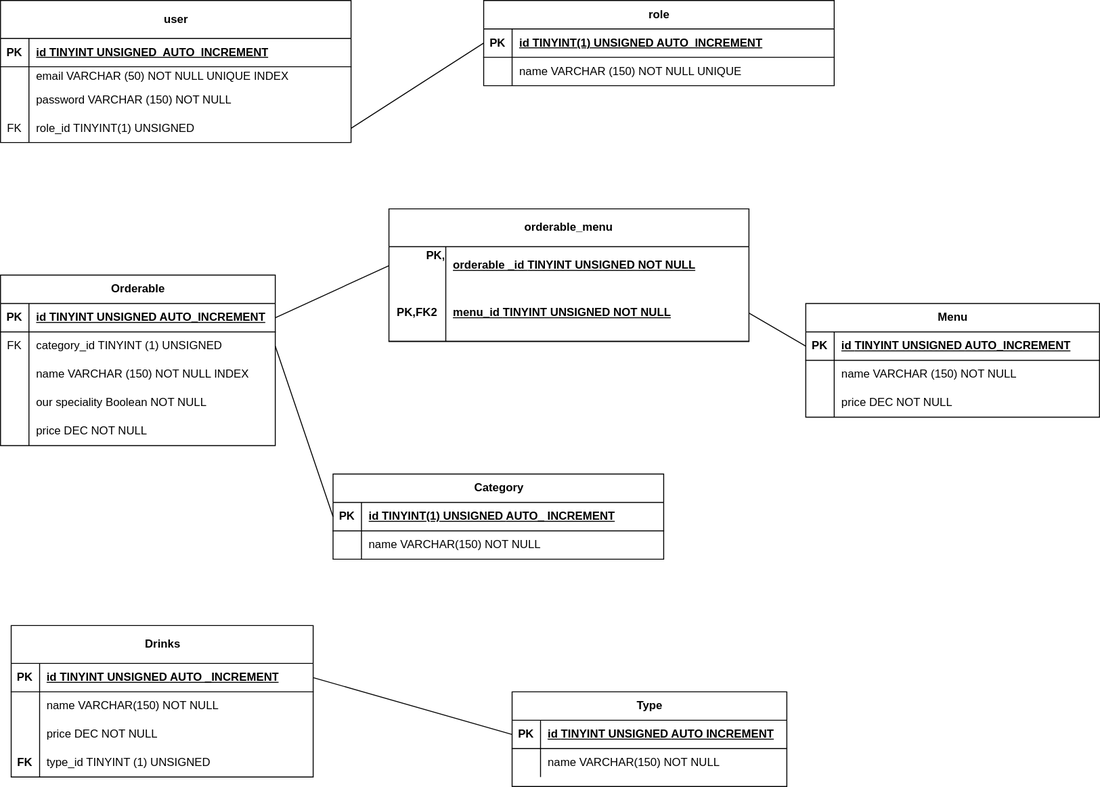
prativa-k/Le-chemin-d-himalaya keeps this draw.io diagram as code/merise/MPD.drawio.svg. Above is the earlier version. Source tidied: cells renumbered, new cells last; positions are measured from the earlier drawing's top-left corner, leaving out a move shared by most shapes.
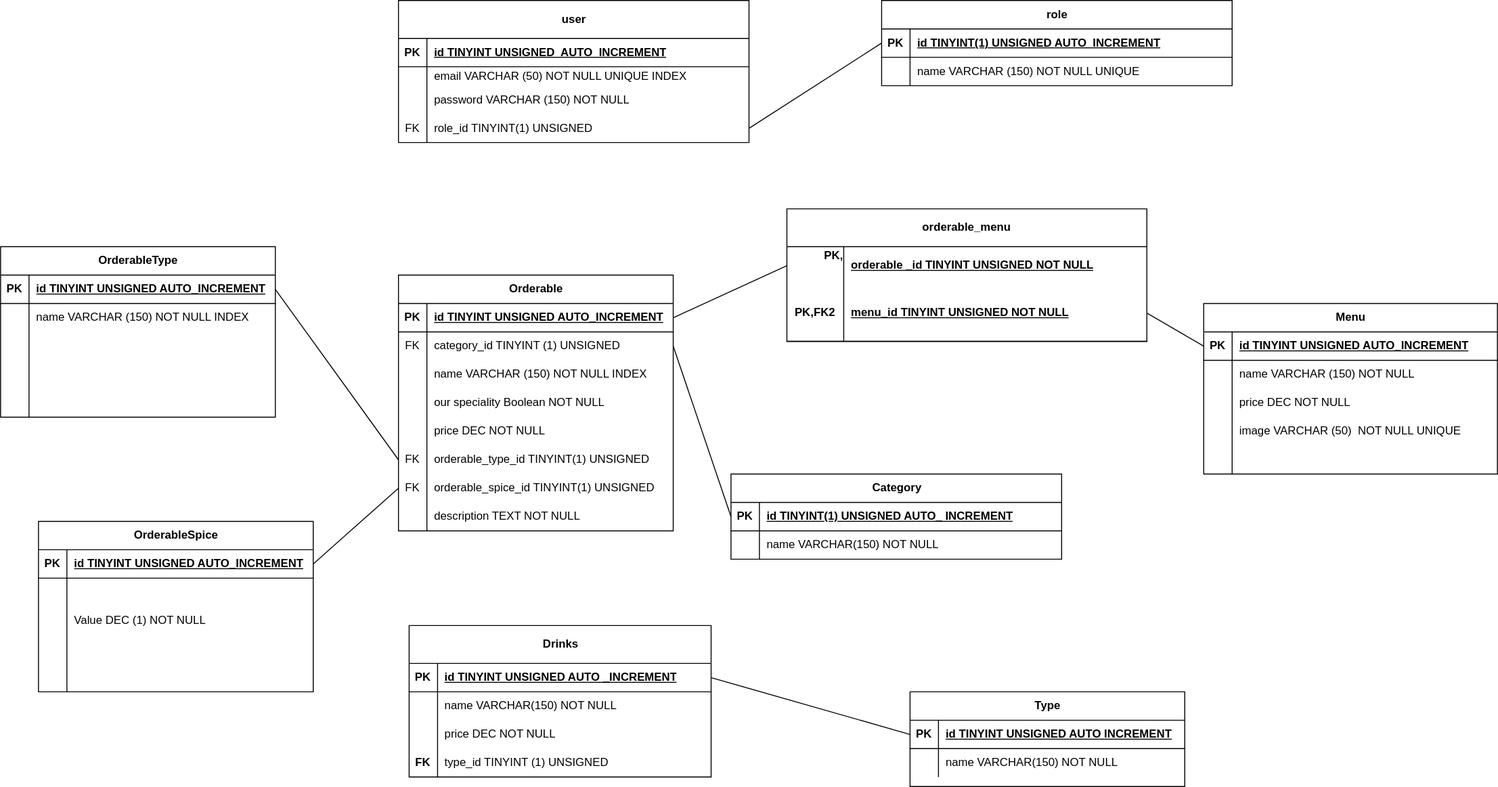
Above is the later version.

The edit, as a diff of the source:
```diff
@@ -63,7 +63,7 @@
       <mxGeometry x="30" width="340" height="30" as="geometry" />
     </mxCell>
     <mxCell id="22" value="Menu" style="shape=table;startSize=30;rowLines=0;fontStyle=1;align=center;html=1;" parent="1" vertex="1">
-      <mxGeometry x="850" y="320" width="310" height="120" as="geometry" />
+      <mxGeometry x="850" y="320" width="310" height="180" as="geometry" />
     </mxCell>
     <mxCell id="23" style="shape=tableRow;horizontal=0;startSize=0;swimlaneHead=0;swimlaneBody=0;fillColor=none;points=[[0,0.5],[1,0.5]];portConstraint=eastwest;top=0;left=0;right=0;bottom=1;" parent="22" vertex="1">
       <mxGeometry y="30" width="310" height="30" as="geometry" />
@@ -92,6 +92,24 @@
     <mxCell id="31" value="price DEC NOT NULL" style="shape=partialRectangle;fillColor=none;top=0;left=0;bottom=0;right=0;align=left;spacingLeft=6;overflow=hidden;whiteSpace=wrap;html=1;" parent="29" vertex="1">
       <mxGeometry x="30" width="280" height="30" as="geometry" />
     </mxCell>
+    <mxCell id="87" style="shape=tableRow;horizontal=0;startSize=0;swimlaneHead=0;swimlaneBody=0;fillColor=none;top=0;left=0;right=0;bottom=0;" parent="22" vertex="1">
+      <mxGeometry y="120" width="310" height="30" as="geometry" />
+    </mxCell>
+    <mxCell id="88" style="shape=partialRectangle;fillColor=none;top=0;left=0;bottom=0;right=0;overflow=hidden;whiteSpace=wrap;html=1;" parent="87" vertex="1">
+      <mxGeometry width="30" height="30" as="geometry" />
+    </mxCell>
+    <mxCell id="89" value="image VARCHAR (50)&amp;nbsp; NOT NULL UNIQUE" style="shape=partialRectangle;fillColor=none;top=0;left=0;bottom=0;right=0;align=left;spacingLeft=6;overflow=hidden;whiteSpace=wrap;html=1;" parent="87" vertex="1">
+      <mxGeometry x="30" width="280" height="30" as="geometry" />
+    </mxCell>
+    <mxCell id="90" style="shape=tableRow;horizontal=0;startSize=0;swimlaneHead=0;swimlaneBody=0;fillColor=none;top=0;left=0;right=0;bottom=0;" parent="22" vertex="1">
+      <mxGeometry y="150" width="310" height="30" as="geometry" />
+    </mxCell>
+    <mxCell id="91" style="shape=partialRectangle;fillColor=none;top=0;left=0;bottom=0;right=0;overflow=hidden;whiteSpace=wrap;html=1;" parent="90" vertex="1">
+      <mxGeometry width="30" height="30" as="geometry" />
+    </mxCell>
+    <mxCell id="92" style="shape=partialRectangle;fillColor=none;top=0;left=0;bottom=0;right=0;align=left;spacingLeft=6;overflow=hidden;whiteSpace=wrap;html=1;" parent="90" vertex="1">
+      <mxGeometry x="30" width="280" height="30" as="geometry" />
+    </mxCell>
     <mxCell id="32" value="Drinks" style="shape=table;startSize=40;rowLines=0;fontStyle=1;align=center;html=1;" parent="1" vertex="1">
       <mxGeometry x="11.2" y="660" width="318.8" height="160" as="geometry" />
     </mxCell>
@@ -174,7 +192,7 @@
       <mxGeometry x="30" width="319" height="30" as="geometry" />
     </mxCell>
     <mxCell id="59" value="Orderable" style="shape=table;startSize=30;rowLines=0;fontStyle=1;align=center;html=1;" parent="1" vertex="1">
-      <mxGeometry y="290" width="290" height="180" as="geometry" />
+      <mxGeometry y="290" width="290" height="270" as="geometry" />
     </mxCell>
     <mxCell id="60" style="shape=tableRow;horizontal=0;startSize=0;swimlaneHead=0;swimlaneBody=0;fillColor=none;points=[[0,0.5],[1,0.5]];portConstraint=eastwest;top=0;left=0;right=0;bottom=1;" parent="59" vertex="1">
       <mxGeometry y="30" width="290" height="30" as="geometry" />
@@ -221,6 +239,33 @@
     <mxCell id="74" value="price DEC NOT NULL" style="shape=partialRectangle;fillColor=none;top=0;left=0;bottom=0;right=0;align=left;spacingLeft=6;overflow=hidden;whiteSpace=wrap;html=1;" parent="72" vertex="1">
       <mxGeometry x="30" width="260" height="30" as="geometry" />
     </mxCell>
+    <mxCell id="93" style="shape=tableRow;horizontal=0;startSize=0;swimlaneHead=0;swimlaneBody=0;fillColor=none;points=[[0,0.5],[1,0.5]];portConstraint=eastwest;top=0;left=0;right=0;bottom=0;" parent="59" vertex="1">
+      <mxGeometry y="180" width="290" height="30" as="geometry" />
+    </mxCell>
+    <mxCell id="94" value="FK" style="shape=partialRectangle;fillColor=none;top=0;left=0;bottom=0;right=0;overflow=hidden;whiteSpace=wrap;html=1;" parent="93" vertex="1">
+      <mxGeometry width="30" height="30" as="geometry" />
+    </mxCell>
+    <mxCell id="95" value="orderable_type_id TINYINT(1) UNSIGNED" style="shape=partialRectangle;fillColor=none;top=0;left=0;bottom=0;right=0;align=left;spacingLeft=6;overflow=hidden;whiteSpace=wrap;html=1;" parent="93" vertex="1">
+      <mxGeometry x="30" width="260" height="30" as="geometry" />
+    </mxCell>
+    <mxCell id="96" style="shape=tableRow;horizontal=0;startSize=0;swimlaneHead=0;swimlaneBody=0;fillColor=none;points=[[0,0.5],[1,0.5]];portConstraint=eastwest;top=0;left=0;right=0;bottom=0;" parent="59" vertex="1">
+      <mxGeometry y="210" width="290" height="30" as="geometry" />
+    </mxCell>
+    <mxCell id="97" value="FK" style="shape=partialRectangle;fillColor=none;top=0;left=0;bottom=0;right=0;overflow=hidden;whiteSpace=wrap;html=1;" parent="96" vertex="1">
+      <mxGeometry width="30" height="30" as="geometry" />
+    </mxCell>
+    <mxCell id="98" value="orderable_spice_id TINYINT(1) UNSIGNED" style="shape=partialRectangle;fillColor=none;top=0;left=0;bottom=0;right=0;align=left;spacingLeft=6;overflow=hidden;whiteSpace=wrap;html=1;" parent="96" vertex="1">
+      <mxGeometry x="30" width="260" height="30" as="geometry" />
+    </mxCell>
+    <mxCell id="99" style="shape=tableRow;horizontal=0;startSize=0;swimlaneHead=0;swimlaneBody=0;fillColor=none;top=0;left=0;right=0;bottom=0;" parent="59" vertex="1">
+      <mxGeometry y="240" width="290" height="30" as="geometry" />
+    </mxCell>
+    <mxCell id="100" style="shape=partialRectangle;fillColor=none;top=0;left=0;bottom=0;right=0;overflow=hidden;whiteSpace=wrap;html=1;" parent="99" vertex="1">
+      <mxGeometry width="30" height="30" as="geometry" />
+    </mxCell>
+    <mxCell id="101" value="description TEXT NOT NULL" style="shape=partialRectangle;fillColor=none;top=0;left=0;bottom=0;right=0;align=left;spacingLeft=6;overflow=hidden;whiteSpace=wrap;html=1;" parent="99" vertex="1">
+      <mxGeometry x="30" width="260" height="30" as="geometry" />
+    </mxCell>
     <mxCell id="75" value="orderable_menu" style="shape=table;startSize=40;rowLines=0;fontStyle=1;align=center;html=1;whiteSpace=wrap;" parent="1" vertex="1">
       <mxGeometry x="410" y="220" width="380" height="140" as="geometry" />
     </mxCell>
@@ -257,5 +302,110 @@
     <mxCell id="86" style="endArrow=none;html=1;rounded=0;exitX=1;exitY=0.5;exitDx=0;exitDy=0;entryX=0;entryY=0.5;entryDx=0;entryDy=0;" parent="1" edge="1" source="33" target="46">
       <mxGeometry relative="1" as="geometry" />
     </mxCell>
+    <mxCell id="102" value="OrderableType" style="shape=table;startSize=30;rowLines=0;fontStyle=1;align=center;html=1;" parent="1" vertex="1">
+      <mxGeometry x="-420" y="260" width="290" height="180" as="geometry" />
+    </mxCell>
+    <mxCell id="103" style="shape=tableRow;horizontal=0;startSize=0;swimlaneHead=0;swimlaneBody=0;fillColor=none;points=[[0,0.5],[1,0.5]];portConstraint=eastwest;top=0;left=0;right=0;bottom=1;" parent="102" vertex="1">
+      <mxGeometry y="30" width="290" height="30" as="geometry" />
+    </mxCell>
+    <mxCell id="104" value="PK" style="shape=partialRectangle;fillColor=none;top=0;left=0;bottom=0;right=0;fontStyle=1;overflow=hidden;whiteSpace=wrap;html=1;" parent="103" vertex="1">
+      <mxGeometry width="30" height="30" as="geometry" />
+    </mxCell>
+    <mxCell id="105" value="id TINYINT UNSIGNED AUTO_INCREMENT" style="shape=partialRectangle;fillColor=none;top=0;left=0;bottom=0;right=0;align=left;spacingLeft=6;fontStyle=5;overflow=hidden;whiteSpace=wrap;html=1;" parent="103" vertex="1">
+      <mxGeometry x="30" width="260" height="30" as="geometry" />
+    </mxCell>
+    <mxCell id="106" style="shape=tableRow;horizontal=0;startSize=0;swimlaneHead=0;swimlaneBody=0;fillColor=none;top=0;left=0;right=0;bottom=0;" parent="102" vertex="1">
+      <mxGeometry y="60" width="290" height="30" as="geometry" />
+    </mxCell>
+    <mxCell id="107" style="shape=partialRectangle;fillColor=none;top=0;left=0;bottom=0;right=0;overflow=hidden;whiteSpace=wrap;html=1;" parent="106" vertex="1">
+      <mxGeometry width="30" height="30" as="geometry" />
+    </mxCell>
+    <mxCell id="108" style="shape=partialRectangle;fillColor=none;top=0;left=0;bottom=0;right=0;align=left;spacingLeft=6;overflow=hidden;whiteSpace=wrap;html=1;" parent="106" vertex="1">
+      <mxGeometry x="30" width="260" height="30" as="geometry" />
+    </mxCell>
+    <mxCell id="109" style="shape=tableRow;horizontal=0;startSize=0;swimlaneHead=0;swimlaneBody=0;fillColor=none;top=0;left=0;right=0;bottom=0;" parent="102" vertex="1">
+      <mxGeometry y="90" width="290" height="30" as="geometry" />
+    </mxCell>
+    <mxCell id="110" style="shape=partialRectangle;fillColor=none;top=0;left=0;bottom=0;right=0;overflow=hidden;whiteSpace=wrap;html=1;" parent="109" vertex="1">
+      <mxGeometry width="30" height="30" as="geometry" />
+    </mxCell>
+    <mxCell id="111" style="shape=partialRectangle;fillColor=none;top=0;left=0;bottom=0;right=0;align=left;spacingLeft=6;overflow=hidden;whiteSpace=wrap;html=1;" parent="109" vertex="1">
+      <mxGeometry x="30" width="260" height="30" as="geometry" />
+    </mxCell>
+    <mxCell id="112" style="shape=tableRow;horizontal=0;startSize=0;swimlaneHead=0;swimlaneBody=0;fillColor=none;top=0;left=0;right=0;bottom=0;" parent="102" vertex="1">
+      <mxGeometry y="120" width="290" height="30" as="geometry" />
+    </mxCell>
+    <mxCell id="113" style="shape=partialRectangle;fillColor=none;top=0;left=0;bottom=0;right=0;overflow=hidden;whiteSpace=wrap;html=1;" parent="112" vertex="1">
+      <mxGeometry width="30" height="30" as="geometry" />
+    </mxCell>
+    <mxCell id="114" style="shape=partialRectangle;fillColor=none;top=0;left=0;bottom=0;right=0;align=left;spacingLeft=6;overflow=hidden;whiteSpace=wrap;html=1;" parent="112" vertex="1">
+      <mxGeometry x="30" width="260" height="30" as="geometry" />
+    </mxCell>
+    <mxCell id="115" style="shape=tableRow;horizontal=0;startSize=0;swimlaneHead=0;swimlaneBody=0;fillColor=none;top=0;left=0;right=0;bottom=0;" parent="102" vertex="1">
+      <mxGeometry y="150" width="290" height="30" as="geometry" />
+    </mxCell>
+    <mxCell id="116" style="shape=partialRectangle;fillColor=none;top=0;left=0;bottom=0;right=0;overflow=hidden;whiteSpace=wrap;html=1;" parent="115" vertex="1">
+      <mxGeometry width="30" height="30" as="geometry" />
+    </mxCell>
+    <mxCell id="117" style="shape=partialRectangle;fillColor=none;top=0;left=0;bottom=0;right=0;align=left;spacingLeft=6;overflow=hidden;whiteSpace=wrap;html=1;" parent="115" vertex="1">
+      <mxGeometry x="30" width="260" height="30" as="geometry" />
+    </mxCell>
+    <mxCell id="118" value="OrderableSpice" style="shape=table;startSize=30;rowLines=0;fontStyle=1;align=center;html=1;" parent="1" vertex="1">
+      <mxGeometry x="-380" y="550" width="290" height="180" as="geometry" />
+    </mxCell>
+    <mxCell id="119" style="shape=tableRow;horizontal=0;startSize=0;swimlaneHead=0;swimlaneBody=0;fillColor=none;points=[[0,0.5],[1,0.5]];portConstraint=eastwest;top=0;left=0;right=0;bottom=1;" parent="118" vertex="1">
+      <mxGeometry y="30" width="290" height="30" as="geometry" />
+    </mxCell>
+    <mxCell id="120" value="PK" style="shape=partialRectangle;fillColor=none;top=0;left=0;bottom=0;right=0;fontStyle=1;overflow=hidden;whiteSpace=wrap;html=1;" parent="119" vertex="1">
+      <mxGeometry width="30" height="30" as="geometry" />
+    </mxCell>
+    <mxCell id="121" value="id TINYINT UNSIGNED AUTO_INCREMENT" style="shape=partialRectangle;fillColor=none;top=0;left=0;bottom=0;right=0;align=left;spacingLeft=6;fontStyle=5;overflow=hidden;whiteSpace=wrap;html=1;" parent="119" vertex="1">
+      <mxGeometry x="30" width="260" height="30" as="geometry" />
+    </mxCell>
+    <mxCell id="122" style="shape=tableRow;horizontal=0;startSize=0;swimlaneHead=0;swimlaneBody=0;fillColor=none;top=0;left=0;right=0;bottom=0;" parent="118" vertex="1">
+      <mxGeometry y="60" width="290" height="30" as="geometry" />
+    </mxCell>
+    <mxCell id="123" style="shape=partialRectangle;fillColor=none;top=0;left=0;bottom=0;right=0;overflow=hidden;whiteSpace=wrap;html=1;" parent="122" vertex="1">
+      <mxGeometry width="30" height="30" as="geometry" />
+    </mxCell>
+    <mxCell id="124" style="shape=partialRectangle;fillColor=none;top=0;left=0;bottom=0;right=0;align=left;spacingLeft=6;overflow=hidden;whiteSpace=wrap;html=1;" parent="122" vertex="1">
+      <mxGeometry x="30" width="260" height="30" as="geometry" />
+    </mxCell>
+    <mxCell id="125" style="shape=tableRow;horizontal=0;startSize=0;swimlaneHead=0;swimlaneBody=0;fillColor=none;top=0;left=0;right=0;bottom=0;" parent="118" vertex="1">
+      <mxGeometry y="90" width="290" height="30" as="geometry" />
+    </mxCell>
+    <mxCell id="126" style="shape=partialRectangle;fillColor=none;top=0;left=0;bottom=0;right=0;overflow=hidden;whiteSpace=wrap;html=1;" parent="125" vertex="1">
+      <mxGeometry width="30" height="30" as="geometry" />
+    </mxCell>
+    <mxCell id="127" value="Value DEC (1) NOT NULL" style="shape=partialRectangle;fillColor=none;top=0;left=0;bottom=0;right=0;align=left;spacingLeft=6;overflow=hidden;whiteSpace=wrap;html=1;" parent="125" vertex="1">
+      <mxGeometry x="30" width="260" height="30" as="geometry" />
+    </mxCell>
+    <mxCell id="128" style="shape=tableRow;horizontal=0;startSize=0;swimlaneHead=0;swimlaneBody=0;fillColor=none;top=0;left=0;right=0;bottom=0;" parent="118" vertex="1">
+      <mxGeometry y="120" width="290" height="30" as="geometry" />
+    </mxCell>
+    <mxCell id="129" style="shape=partialRectangle;fillColor=none;top=0;left=0;bottom=0;right=0;overflow=hidden;whiteSpace=wrap;html=1;" parent="128" vertex="1">
+      <mxGeometry width="30" height="30" as="geometry" />
+    </mxCell>
+    <mxCell id="130" style="shape=partialRectangle;fillColor=none;top=0;left=0;bottom=0;right=0;align=left;spacingLeft=6;overflow=hidden;whiteSpace=wrap;html=1;" parent="128" vertex="1">
+      <mxGeometry x="30" width="260" height="30" as="geometry" />
+    </mxCell>
+    <mxCell id="131" style="shape=tableRow;horizontal=0;startSize=0;swimlaneHead=0;swimlaneBody=0;fillColor=none;top=0;left=0;right=0;bottom=0;" parent="118" vertex="1">
+      <mxGeometry y="150" width="290" height="30" as="geometry" />
+    </mxCell>
+    <mxCell id="132" style="shape=partialRectangle;fillColor=none;top=0;left=0;bottom=0;right=0;overflow=hidden;whiteSpace=wrap;html=1;" parent="131" vertex="1">
+      <mxGeometry width="30" height="30" as="geometry" />
+    </mxCell>
+    <mxCell id="133" style="shape=partialRectangle;fillColor=none;top=0;left=0;bottom=0;right=0;align=left;spacingLeft=6;overflow=hidden;whiteSpace=wrap;html=1;" parent="131" vertex="1">
+      <mxGeometry x="30" width="260" height="30" as="geometry" />
+    </mxCell>
+    <mxCell id="134" style="endArrow=none;html=1;rounded=0;entryX=0;entryY=0.5;entryDx=0;entryDy=0;exitX=1;exitY=0.5;exitDx=0;exitDy=0;" parent="1" edge="1" source="119" target="96">
+      <mxGeometry relative="1" as="geometry" />
+    </mxCell>
+    <mxCell id="135" style="endArrow=none;html=1;rounded=0;entryX=0;entryY=0.5;entryDx=0;entryDy=0;exitX=1;exitY=0.5;exitDx=0;exitDy=0;" parent="1" edge="1" source="103" target="93">
+      <mxGeometry relative="1" as="geometry" />
+    </mxCell>
+    <mxCell id="136" value="name&amp;nbsp;&lt;span style=&quot;color: rgb(0, 0, 0);&quot;&gt;VARCHAR (150) NOT NULL INDEX&lt;/span&gt;" style="shape=partialRectangle;fillColor=none;top=0;left=0;bottom=0;right=0;align=left;spacingLeft=6;overflow=hidden;whiteSpace=wrap;html=1;" parent="1" vertex="1">
+      <mxGeometry x="-390" y="320" width="260" height="30" as="geometry" />
+    </mxCell>
   </root>
 </mxGraphModel>
```
